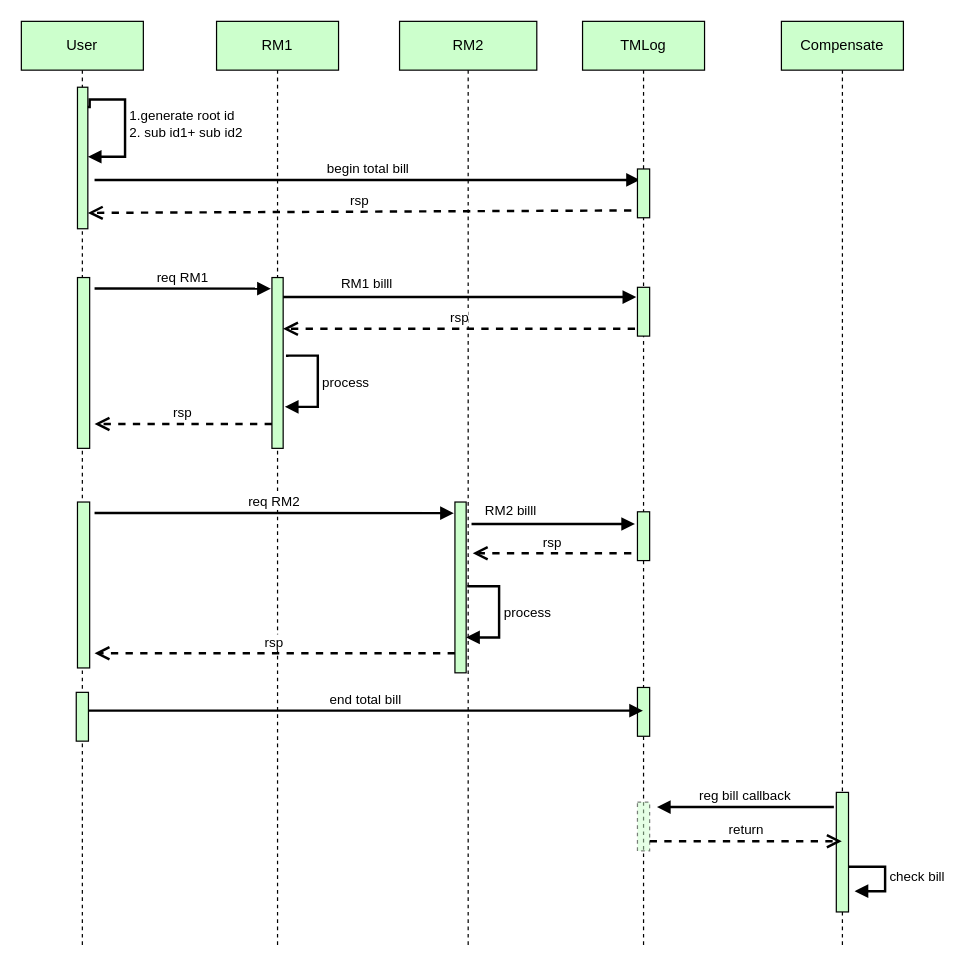
This is page "Page-6" (6 of 6) of t11-a1.drawio from idehong/E-book, a draw.io file, before an edit. Source tidied: cells renumbered, new cells numbered last; positions are measured from the earlier drawing's top-left corner, leaving out a move shared by most shapes. Both pictures are drawn from the tidied source at 122%, with x=0, y=0 at pixel (21, 21).
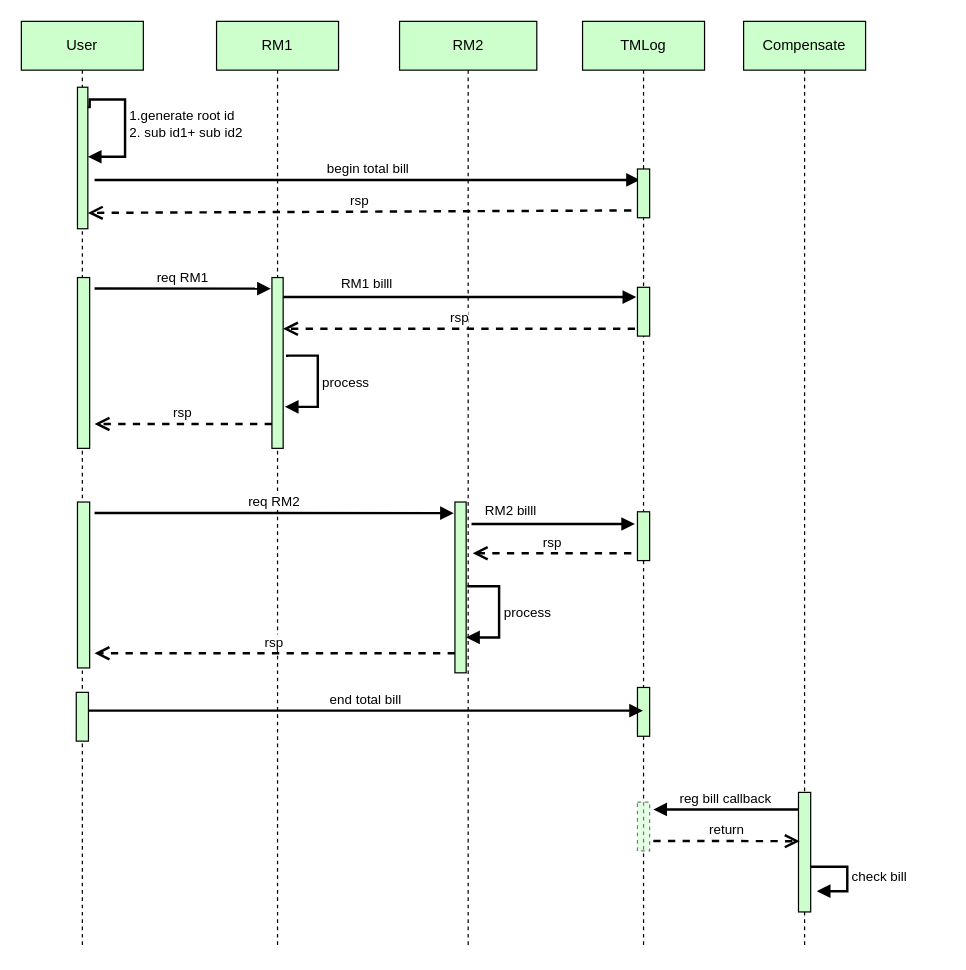
The same page after the edit.

Change to the diagram source:
```diff
@@
     <mxCell id="33" value="Compensate" style="shape=umlLifeline;perimeter=lifelinePerimeter;whiteSpace=wrap;html=1;rounded=0;shadow=0;glass=0;sketch=0;fillColor=#CCFFCC;" parent="1" vertex="1">
-      <mxGeometry x="623" width="100" height="760" as="geometry" />
+      <mxGeometry x="592" width="100" height="760" as="geometry" />
     </mxCell>
@@
     <mxCell id="36" value="reg bill callback" style="html=1;verticalAlign=bottom;endArrow=block;entryX=1;entryY=0;rounded=0;strokeWidth=2;" parent="1" edge="1">
       <mxGeometry relative="1" as="geometry">
-        <mxPoint x="666" y="644" as="sourcePoint" />
-        <mxPoint x="521" y="644" as="targetPoint" />
+        <mxPoint x="637" y="646" as="sourcePoint" />
+        <mxPoint x="518" y="646" as="targetPoint" />
       </mxGeometry>
     </mxCell>
-    <mxCell id="37" value="return" style="html=1;verticalAlign=bottom;endArrow=open;dashed=1;endSize=8;exitX=1;exitY=0.95;rounded=0;strokeWidth=2;" parent="1" edge="1">
+    <mxCell id="37" value="return" style="html=1;verticalAlign=bottom;endArrow=open;dashed=1;endSize=8;rounded=0;strokeWidth=2;exitX=0.6;exitY=0.884;exitDx=0;exitDy=0;exitPerimeter=0;" parent="1" edge="1">
       <mxGeometry relative="1" as="geometry">
-        <mxPoint x="515" y="672" as="sourcePoint" />
-        <mxPoint x="672.5" y="672" as="targetPoint" />
+        <mxPoint x="518" y="671.8" as="sourcePoint" />
+        <mxPoint x="638" y="672" as="targetPoint" />
       </mxGeometry>
     </mxCell>
```
